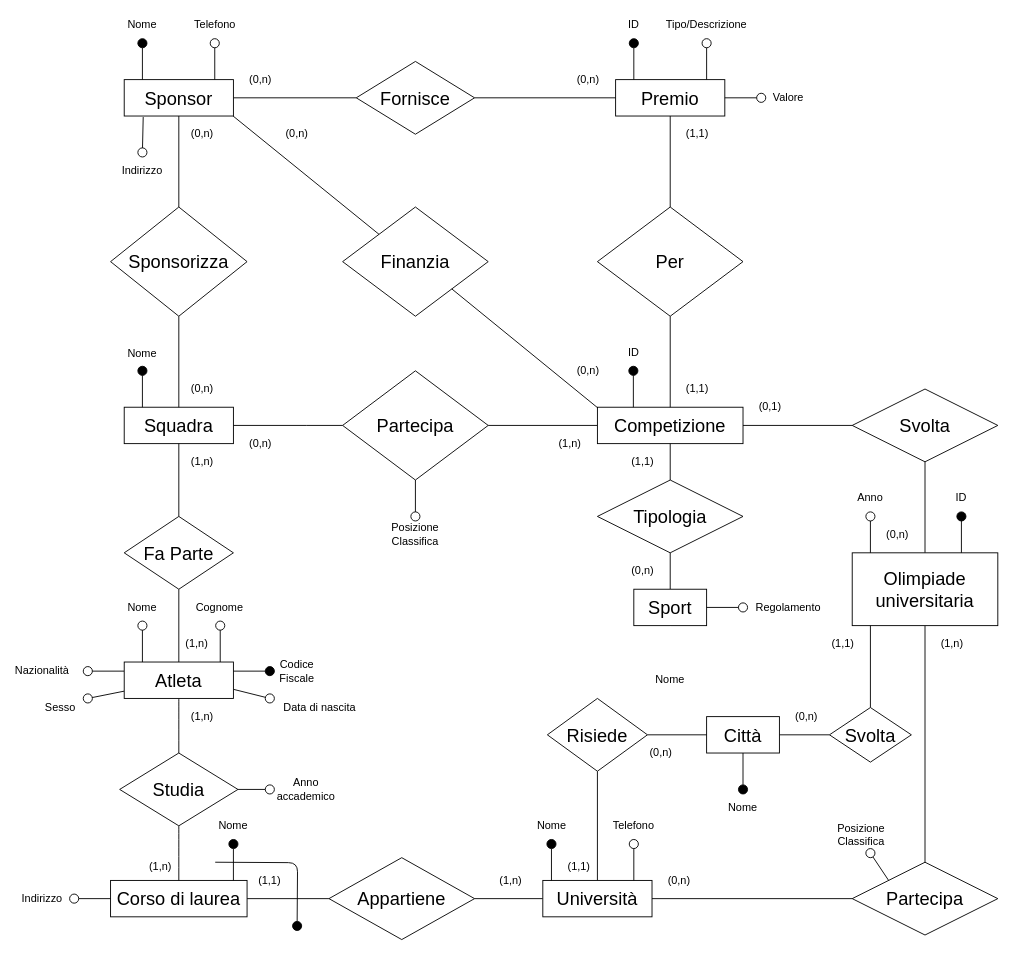
giovannivelludo/database-project keeps this draw.io diagram as page "Schema E-R" (1 of 3) of Olimpiadi studentesche.drawio. Above is the earlier version. Source tidied: cells renumbered, new cells numbered last; positions are measured from the earlier drawing's top-left corner, leaving out a move shared by most shapes. Both pictures are drawn from the tidied source at 91%, with x=0, y=0 at pixel (24, 15).
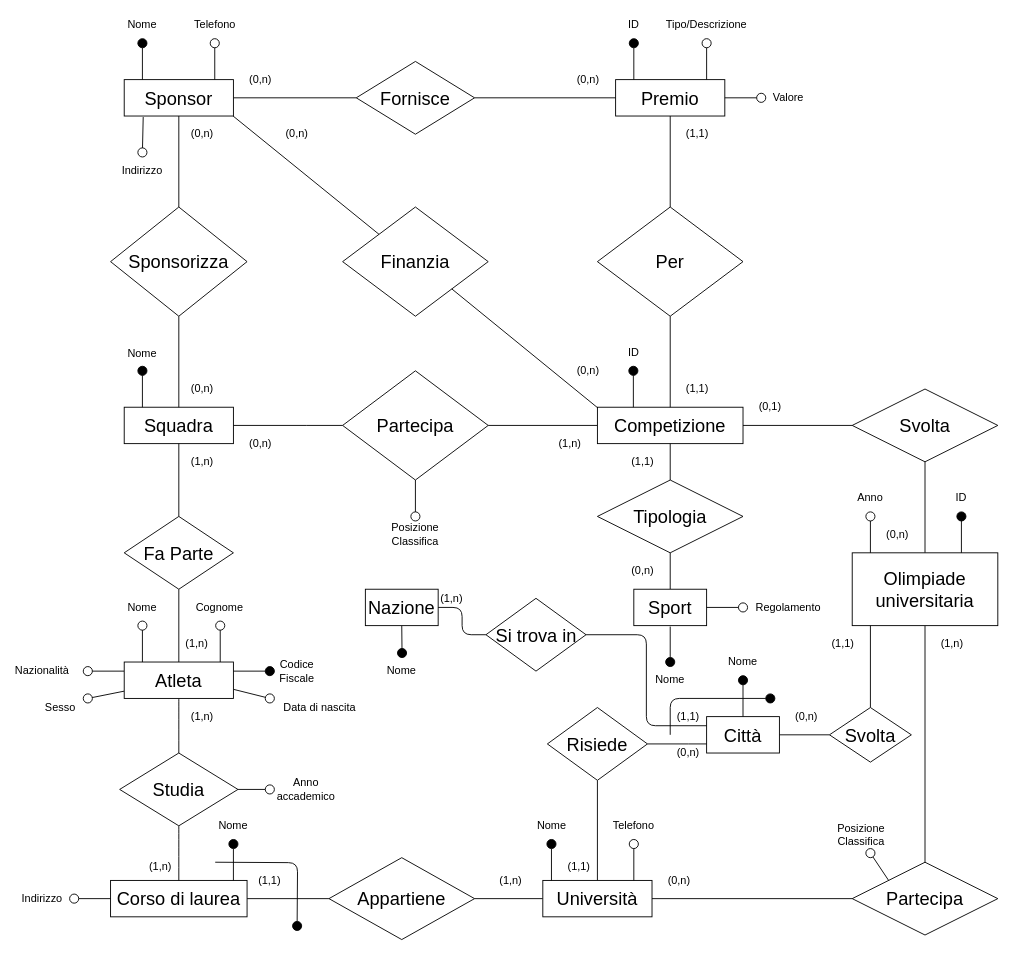
The same page after the edit.

Commit message:
Aggiunta entità Nazione

Unchanged cells that the change refers to:
```xml
<mxCell id="112" value="&lt;font style=&quot;font-size: 20px&quot;&gt;Città&lt;/font&gt;" style="rounded=0;whiteSpace=wrap;html=1;" parent="1" vertex="1">
  <mxGeometry x="750" y="770" width="80" height="40" as="geometry" />
</mxCell>
```

What changed in the source:
```diff
@@
-    <mxCell id="71" style="endArrow=oval;html=1;endFill=1;endSize=10;rounded=0;strokeColor=#FFFFFF;" parent="1" edge="1">
+    <mxCell id="71" style="endArrow=oval;html=1;endFill=1;endSize=10;rounded=0;strokeColor=#000000;" parent="1" edge="1">
       <mxGeometry relative="1" as="geometry">
         <mxPoint x="710" y="671" as="sourcePoint" />
         <mxPoint x="710" y="710" as="targetPoint" />
       </mxGeometry>
     </mxCell>
@@
     <mxCell id="113" style="edgeStyle=orthogonalEdgeStyle;rounded=0;jettySize=auto;html=1;endArrow=none;endFill=0;" parent="1" edge="1" source="114" target="112">
-      <mxGeometry relative="1" as="geometry" />
+      <mxGeometry relative="1" as="geometry">
+        <Array as="points">
+          <mxPoint x="730" y="800" />
+          <mxPoint x="730" y="800" />
+        </Array>
+      </mxGeometry>
     </mxCell>
     <mxCell id="114" value="&lt;font style=&quot;font-size: 20px&quot;&gt;Risiede&lt;/font&gt;" style="rhombus;whiteSpace=wrap;html=1;" parent="1" vertex="1">
-      <mxGeometry x="575" y="750" width="110" height="80" as="geometry" />
+      <mxGeometry x="575" y="760" width="110" height="80" as="geometry" />
     </mxCell>
     <mxCell id="115" value="(0,n)" style="text;html=1;strokeColor=none;fillColor=none;align=center;verticalAlign=middle;whiteSpace=wrap;rounded=0;" parent="1" vertex="1">
-      <mxGeometry x="680" y="800" width="40" height="20" as="geometry" />
+      <mxGeometry x="710" y="800" width="40" height="20" as="geometry" />
     </mxCell>
@@
-    <mxCell id="121" style="endArrow=oval;html=1;endFill=1;endSize=10;exitX=0.5;exitY=1;exitDx=0;exitDy=0;" parent="1" edge="1" source="112">
+    <mxCell id="121" style="endArrow=oval;html=1;endFill=1;endSize=10;" parent="1" edge="1">
       <mxGeometry relative="1" as="geometry">
-        <mxPoint x="790" y="850" as="targetPoint" />
+        <mxPoint x="790" y="770" as="sourcePoint" />
+        <mxPoint x="790" y="730" as="targetPoint" />
       </mxGeometry>
     </mxCell>
     <mxCell id="122" value="Nome" style="text;html=1;strokeColor=none;fillColor=none;align=center;verticalAlign=middle;whiteSpace=wrap;rounded=0;" parent="1" vertex="1">
-      <mxGeometry x="770" y="860" width="40" height="20" as="geometry" />
+      <mxGeometry x="770" y="700" width="40" height="20" as="geometry" />
     </mxCell>
@@
+    <mxCell id="130" style="edgeStyle=orthogonalEdgeStyle;rounded=1;jettySize=auto;html=1;exitX=0.5;exitY=1;exitDx=0;exitDy=0;endArrow=oval;endFill=1;endSize=10;strokeColor=#000000;strokeWidth=1;" parent="1" edge="1" source="131">
+      <mxGeometry relative="1" as="geometry">
+        <mxPoint x="415.3" y="700.1" as="targetPoint" />
+      </mxGeometry>
+    </mxCell>
+    <mxCell id="131" value="&lt;font style=&quot;font-size: 20px&quot;&gt;Nazione&lt;/font&gt;" style="rounded=0;whiteSpace=wrap;html=1;" parent="1" vertex="1">
+      <mxGeometry x="375" y="630" width="80" height="40" as="geometry" />
+    </mxCell>
+    <mxCell id="132" style="edgeStyle=orthogonalEdgeStyle;rounded=1;jettySize=auto;html=1;entryX=1;entryY=0.5;entryDx=0;entryDy=0;endArrow=none;endFill=0;endSize=10;strokeColor=#000000;strokeWidth=1;" parent="1" edge="1" source="134" target="131">
+      <mxGeometry relative="1" as="geometry" />
+    </mxCell>
+    <mxCell id="133" style="edgeStyle=orthogonalEdgeStyle;rounded=1;jettySize=auto;html=1;entryX=0;entryY=0.25;entryDx=0;entryDy=0;endArrow=none;endFill=0;endSize=10;strokeColor=#000000;strokeWidth=1;" parent="1" edge="1" source="134" target="112">
+      <mxGeometry relative="1" as="geometry" />
+    </mxCell>
+    <mxCell id="134" value="&lt;font style=&quot;font-size: 20px&quot;&gt;Si trova in&lt;br&gt;&lt;/font&gt;" style="rhombus;whiteSpace=wrap;html=1;" parent="1" vertex="1">
+      <mxGeometry x="507.5" y="640" width="110" height="80" as="geometry" />
+    </mxCell>
+    <mxCell id="135" value="(1,1)" style="text;html=1;strokeColor=none;fillColor=none;align=center;verticalAlign=middle;whiteSpace=wrap;rounded=0;" parent="1" vertex="1">
+      <mxGeometry x="710" y="760" width="40" height="20" as="geometry" />
+    </mxCell>
+    <mxCell id="136" value="Nome" style="text;html=1;strokeColor=none;fillColor=none;align=center;verticalAlign=middle;whiteSpace=wrap;rounded=0;" parent="1" vertex="1">
+      <mxGeometry x="395" y="710" width="40" height="20" as="geometry" />
+    </mxCell>
+    <mxCell id="137" value="(1,n)" style="text;html=1;strokeColor=none;fillColor=none;align=center;verticalAlign=middle;whiteSpace=wrap;rounded=0;" parent="1" vertex="1">
+      <mxGeometry x="450" y="630" width="40" height="20" as="geometry" />
+    </mxCell>
+    <mxCell id="138" style="endArrow=oval;html=1;strokeColor=#000000;strokeWidth=1;edgeStyle=orthogonalEdgeStyle;endFill=1;endSize=10;" parent="1" edge="1">
+      <mxGeometry relative="1" as="geometry">
+        <mxPoint x="710" y="790" as="sourcePoint" />
+        <mxPoint x="820" y="750" as="targetPoint" />
+        <Array as="points">
+          <mxPoint x="710" y="750" />
+          <mxPoint x="820" y="750" />
+        </Array>
+      </mxGeometry>
+    </mxCell>
```
